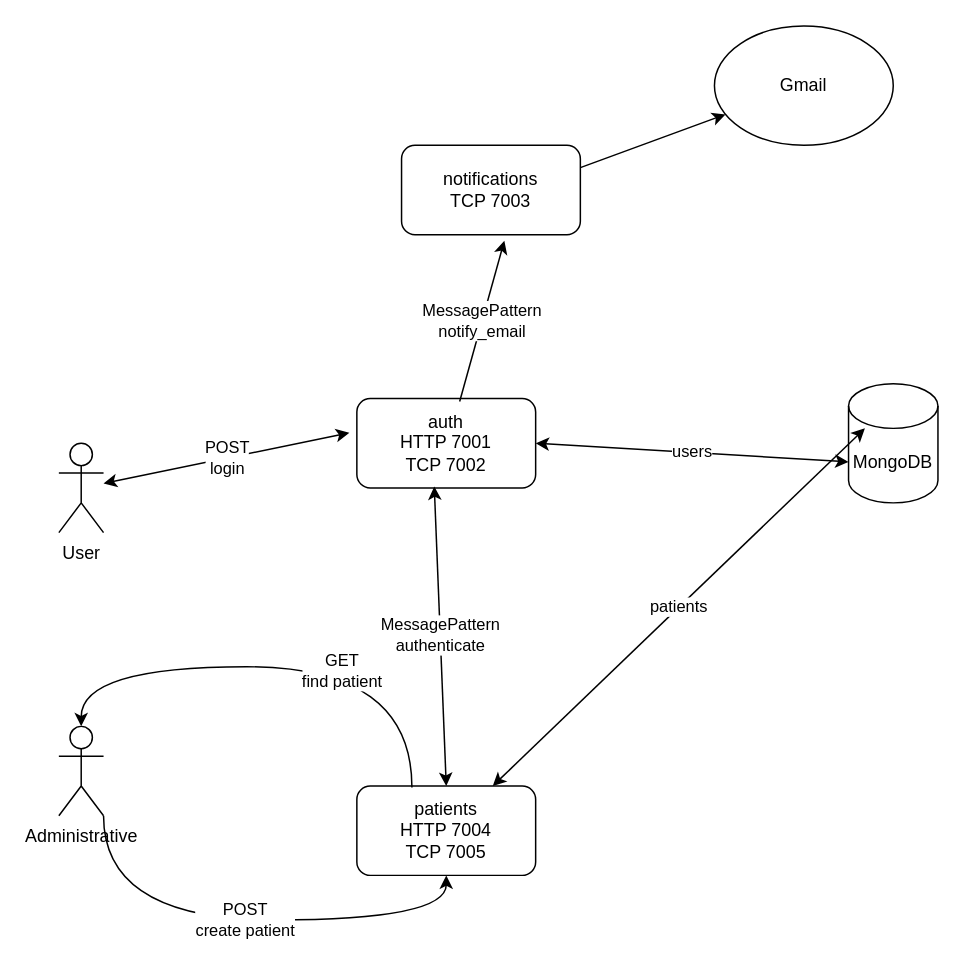
The draw.io diagram docs/yurumi.drawio in cristianquaglio/yurumi, before the edit. Source tidied: cells renumbered, new cells numbered last; positions are measured from the earlier drawing's top-left corner, leaving out a move shared by most shapes. Both pictures are drawn from the tidied source at 149%, with x=0, y=0 at pixel (58, 25).
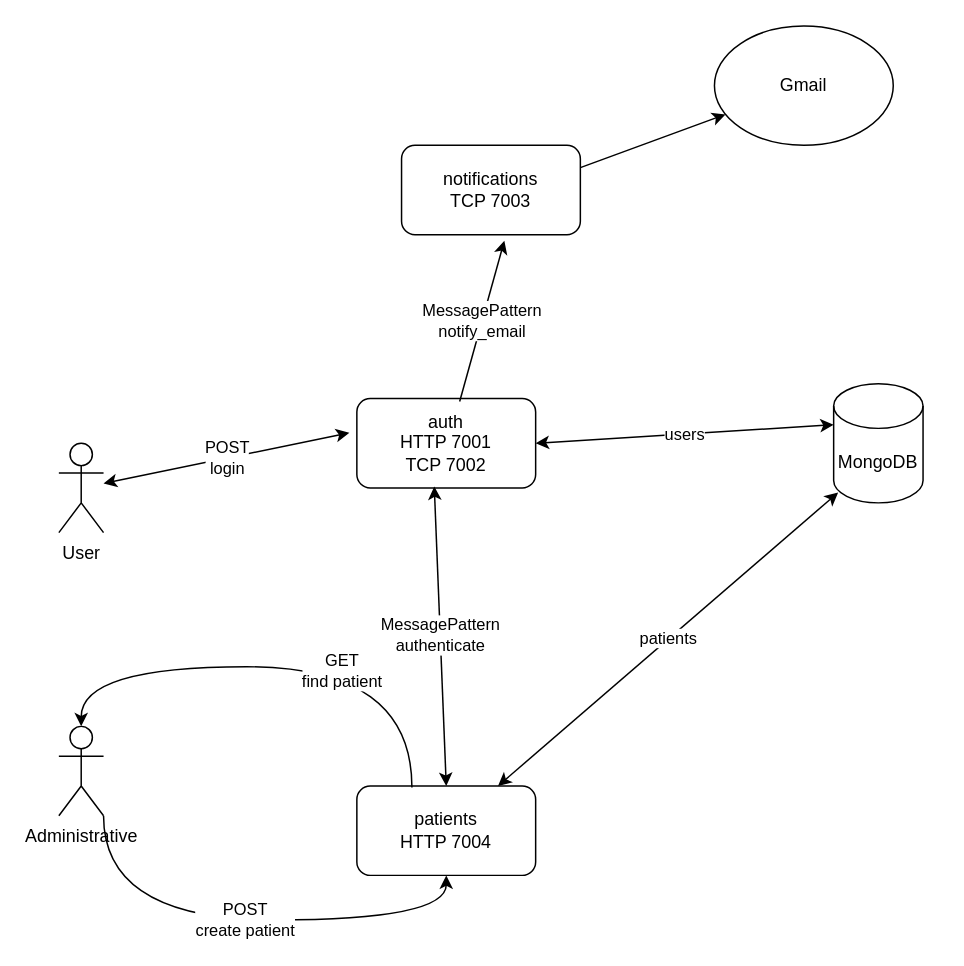
Above is the later version.

The change refers to these unchanged cells:
```xml
<mxCell id="3" value="auth&lt;br&gt;HTTP 7001&lt;br&gt;TCP 7002&lt;br&gt;" style="rounded=1;whiteSpace=wrap;html=1;" parent="1" vertex="1">
  <mxGeometry x="200" y="250" width="120" height="60" as="geometry" />
</mxCell>
```

What changed in the source:
```diff
@@
     <mxCell id="5" value="MongoDB" style="shape=cylinder3;whiteSpace=wrap;html=1;boundedLbl=1;backgroundOutline=1;size=15;" parent="1" vertex="1">
-      <mxGeometry x="530" y="240" width="60" height="80" as="geometry" />
+      <mxGeometry x="520" y="240" width="60" height="80" as="geometry" />
     </mxCell>
-    <mxCell id="6" value="users" style="endArrow=classic;startArrow=classic;html=1;rounded=0;entryX=0;entryY=0;entryDx=0;entryDy=52.5;entryPerimeter=0;exitX=1;exitY=0.5;exitDx=0;exitDy=0;" parent="1" edge="1" source="3" target="5">
+    <mxCell id="6" value="users" style="endArrow=classic;startArrow=classic;html=1;rounded=0;entryX=0;entryY=0;entryDx=0;entryDy=27.5;entryPerimeter=0;exitX=1;exitY=0.5;exitDx=0;exitDy=0;" parent="1" edge="1" source="3" target="5">
       <mxGeometry relative="1" as="geometry" />
     </mxCell>
@@
-    <mxCell id="12" value="patients&lt;br&gt;HTTP 7004&lt;br&gt;TCP 7005" style="rounded=1;whiteSpace=wrap;html=1;" parent="1" vertex="1">
+    <mxCell id="12" value="patients&lt;br&gt;HTTP 7004" style="rounded=1;whiteSpace=wrap;html=1;" parent="1" vertex="1">
       <mxGeometry x="200" y="510" width="120" height="60" as="geometry" />
     </mxCell>
@@
-    <mxCell id="16" value="patients" style="endArrow=classic;startArrow=classic;html=1;rounded=0;entryX=0.183;entryY=0.375;entryDx=0;entryDy=0;entryPerimeter=0;" parent="1" edge="1" source="12" target="5">
+    <mxCell id="16" value="patients" style="endArrow=classic;startArrow=classic;html=1;rounded=0;entryX=0.05;entryY=0.913;entryDx=0;entryDy=0;entryPerimeter=0;" parent="1" edge="1" source="12" target="5">
       <mxGeometry relative="1" as="geometry" />
     </mxCell>
```
